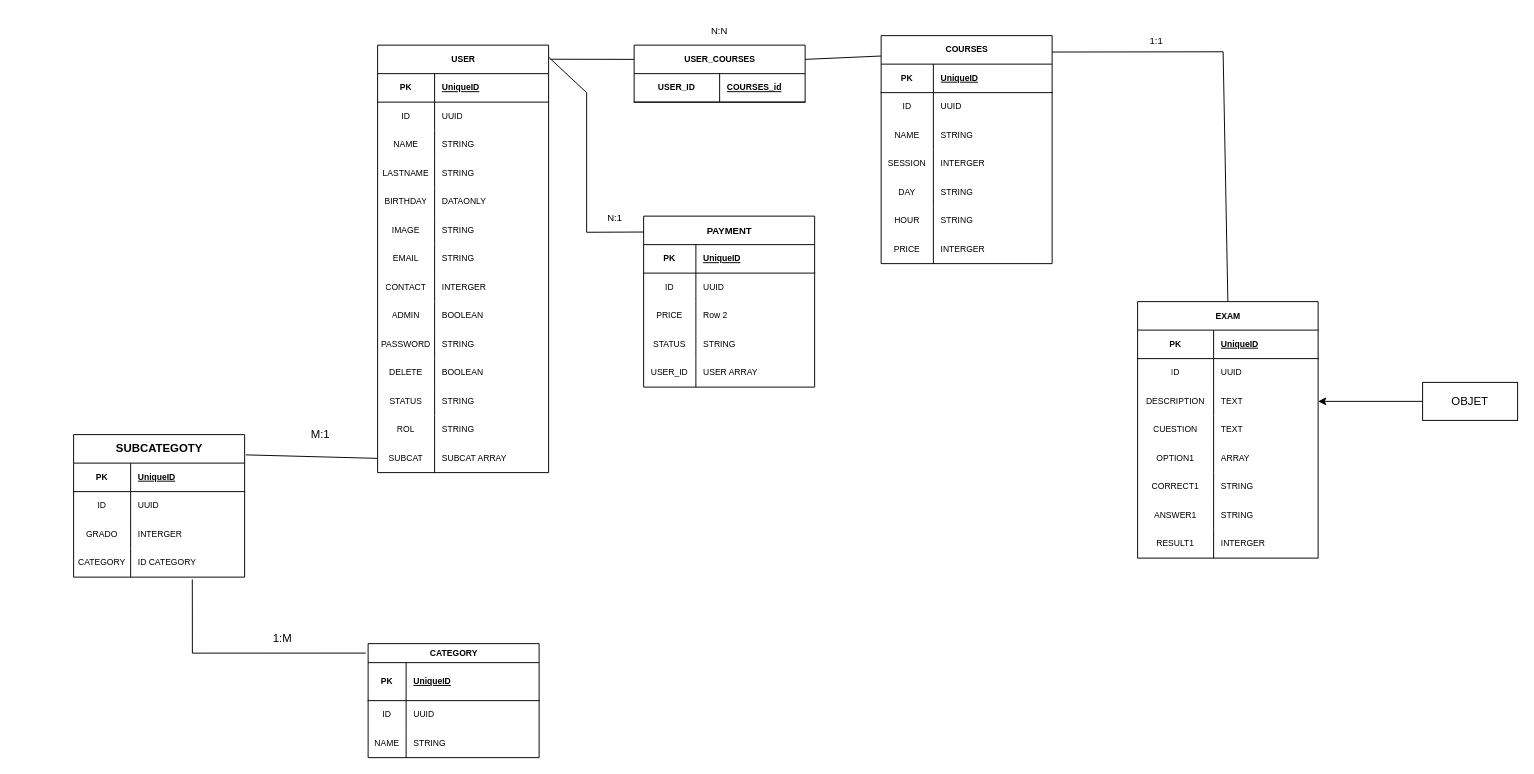
AndresAndrada/AndresAndrada keeps this draw.io diagram as Diagrama sin título.drawio. Above is the earlier version. Source tidied: cells renumbered, new cells numbered last; positions are measured from the earlier drawing's top-left corner, leaving out a move shared by most shapes. Both pictures are drawn from the tidied source at 95%, with x=0, y=0 at pixel (73, 16).
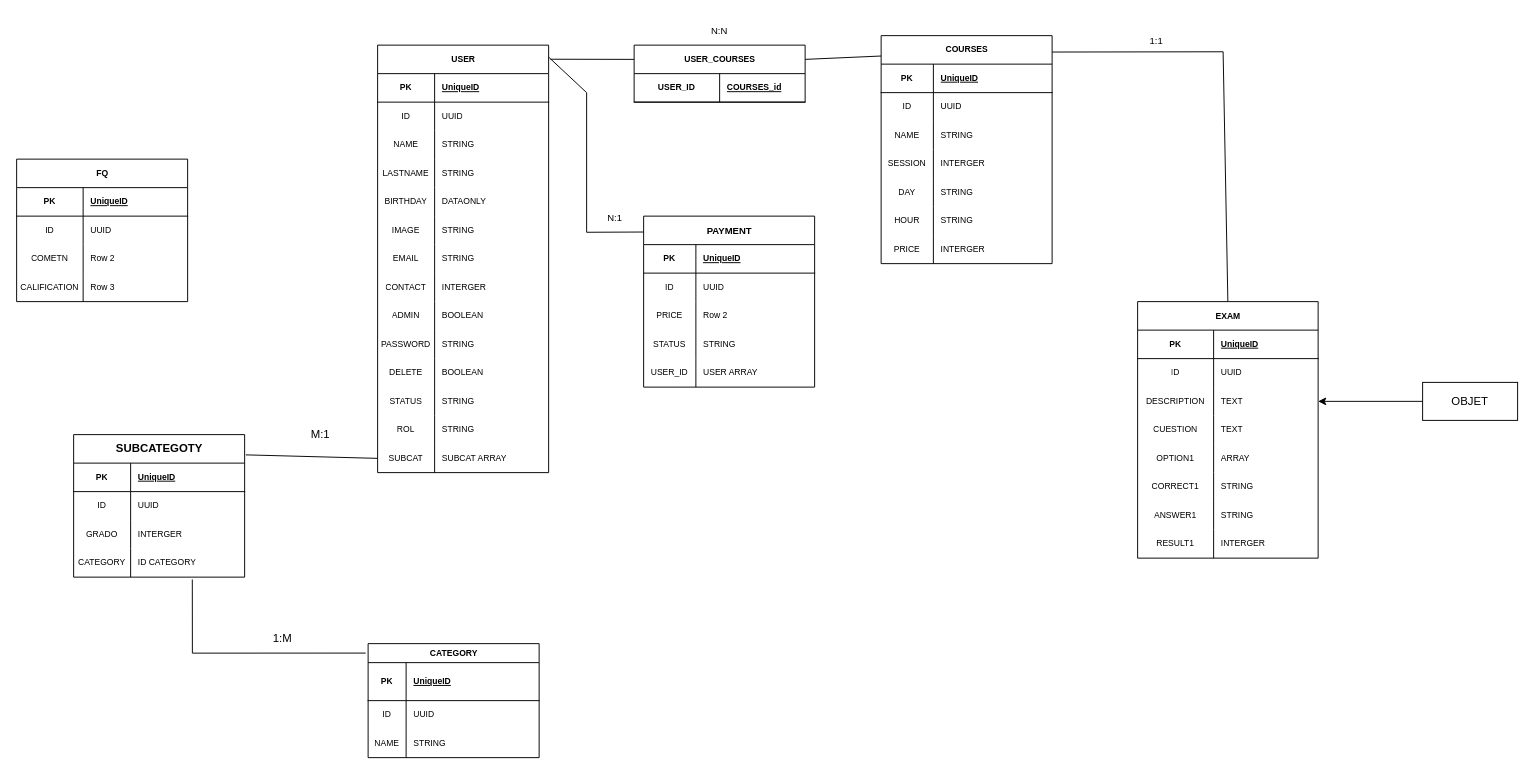
The same page after the edit.

The edit, as a diff of the source:
```diff
@@
+    <mxCell id="148" value="FQ" style="shape=table;startSize=30;childLayout=tableLayout;rowLines=0;fontStyle=1;align=center;html=1;fontSize=9;" parent="1" vertex="1">
+      <mxGeometry x="-60" y="150" width="180" height="150" as="geometry" />
+    </mxCell>
+    <mxCell id="149" style="shape=tableRow;horizontal=0;startSize=0;swimlaneHead=0;swimlaneBody=0;fillColor=none;top=0;left=0;right=0;bottom=1;fontSize=9;" parent="148" vertex="1">
+      <mxGeometry y="30" width="180" height="30" as="geometry" />
+    </mxCell>
+    <mxCell id="150" value="PK" style="shape=partialRectangle;fillColor=none;top=0;left=0;bottom=0;right=0;fontStyle=1;overflow=hidden;whiteSpace=wrap;html=1;fontSize=9;" parent="149" vertex="1">
+      <mxGeometry width="70" height="30" as="geometry" />
+    </mxCell>
+    <mxCell id="151" value="UniqueID" style="shape=partialRectangle;fillColor=none;top=0;left=0;bottom=0;right=0;align=left;spacingLeft=6;fontStyle=5;overflow=hidden;whiteSpace=wrap;html=1;fontSize=9;" parent="149" vertex="1">
+      <mxGeometry x="70" width="110" height="30" as="geometry" />
+    </mxCell>
+    <mxCell id="152" style="shape=tableRow;horizontal=0;startSize=0;swimlaneHead=0;swimlaneBody=0;fillColor=none;top=0;left=0;right=0;bottom=0;fontSize=9;" parent="148" vertex="1">
+      <mxGeometry y="60" width="180" height="30" as="geometry" />
+    </mxCell>
+    <mxCell id="153" value="ID" style="shape=partialRectangle;fillColor=none;top=0;left=0;bottom=0;right=0;overflow=hidden;whiteSpace=wrap;html=1;fontSize=9;" parent="152" vertex="1">
+      <mxGeometry width="70" height="30" as="geometry" />
+    </mxCell>
+    <mxCell id="154" value="UUID" style="shape=partialRectangle;fillColor=none;top=0;left=0;bottom=0;right=0;align=left;spacingLeft=6;overflow=hidden;whiteSpace=wrap;html=1;fontSize=9;" parent="152" vertex="1">
+      <mxGeometry x="70" width="110" height="30" as="geometry" />
+    </mxCell>
+    <mxCell id="155" style="shape=tableRow;horizontal=0;startSize=0;swimlaneHead=0;swimlaneBody=0;fillColor=none;top=0;left=0;right=0;bottom=0;fontSize=9;" parent="148" vertex="1">
+      <mxGeometry y="90" width="180" height="30" as="geometry" />
+    </mxCell>
+    <mxCell id="156" value="COMETN" style="shape=partialRectangle;fillColor=none;top=0;left=0;bottom=0;right=0;overflow=hidden;whiteSpace=wrap;html=1;fontSize=9;" parent="155" vertex="1">
+      <mxGeometry width="70" height="30" as="geometry" />
+    </mxCell>
+    <mxCell id="157" value="Row 2" style="shape=partialRectangle;fillColor=none;top=0;left=0;bottom=0;right=0;align=left;spacingLeft=6;overflow=hidden;whiteSpace=wrap;html=1;fontSize=9;" parent="155" vertex="1">
+      <mxGeometry x="70" width="110" height="30" as="geometry" />
+    </mxCell>
+    <mxCell id="158" style="shape=tableRow;horizontal=0;startSize=0;swimlaneHead=0;swimlaneBody=0;fillColor=none;top=0;left=0;right=0;bottom=0;fontSize=9;" parent="148" vertex="1">
+      <mxGeometry y="120" width="180" height="30" as="geometry" />
+    </mxCell>
+    <mxCell id="159" value="CALIFICATION" style="shape=partialRectangle;fillColor=none;top=0;left=0;bottom=0;right=0;overflow=hidden;whiteSpace=wrap;html=1;fontSize=9;" parent="158" vertex="1">
+      <mxGeometry width="70" height="30" as="geometry" />
+    </mxCell>
+    <mxCell id="160" value="Row 3" style="shape=partialRectangle;fillColor=none;top=0;left=0;bottom=0;right=0;align=left;spacingLeft=6;overflow=hidden;whiteSpace=wrap;html=1;fontSize=9;" parent="158" vertex="1">
+      <mxGeometry x="70" width="110" height="30" as="geometry" />
+    </mxCell>
```
